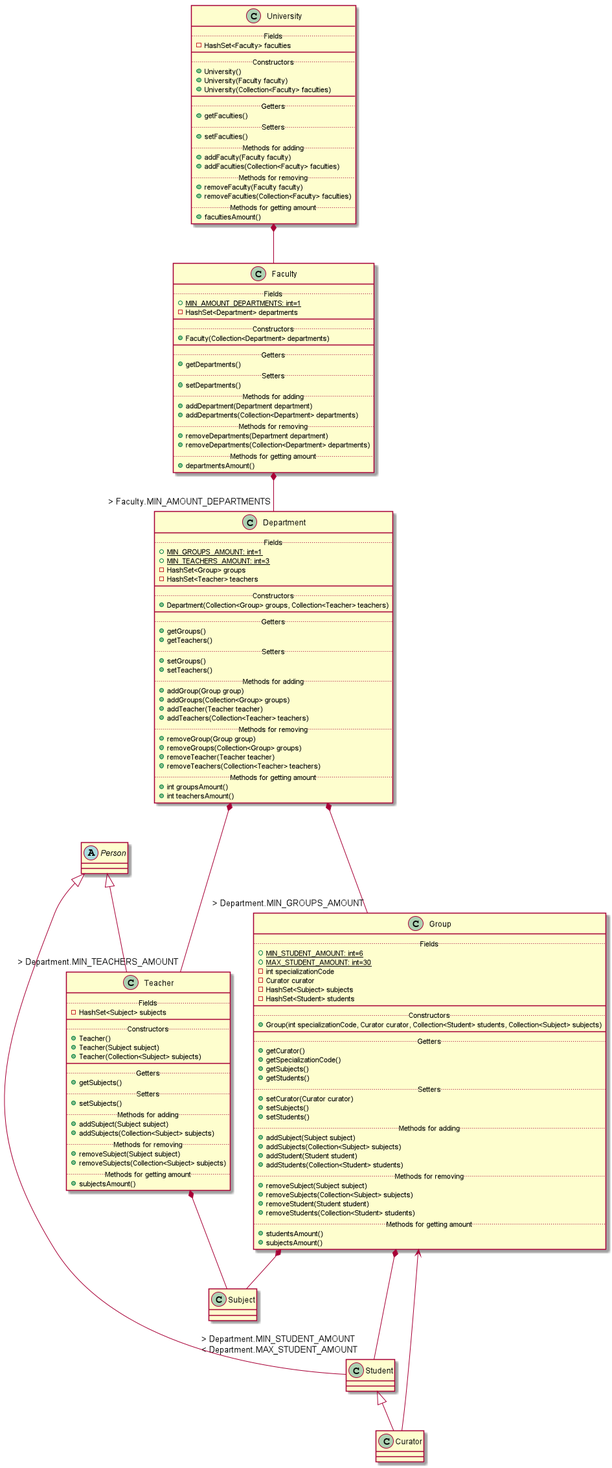
Above: subjectArea.png in RomenKost2332Java/Task3 (PlantUML), before the change.
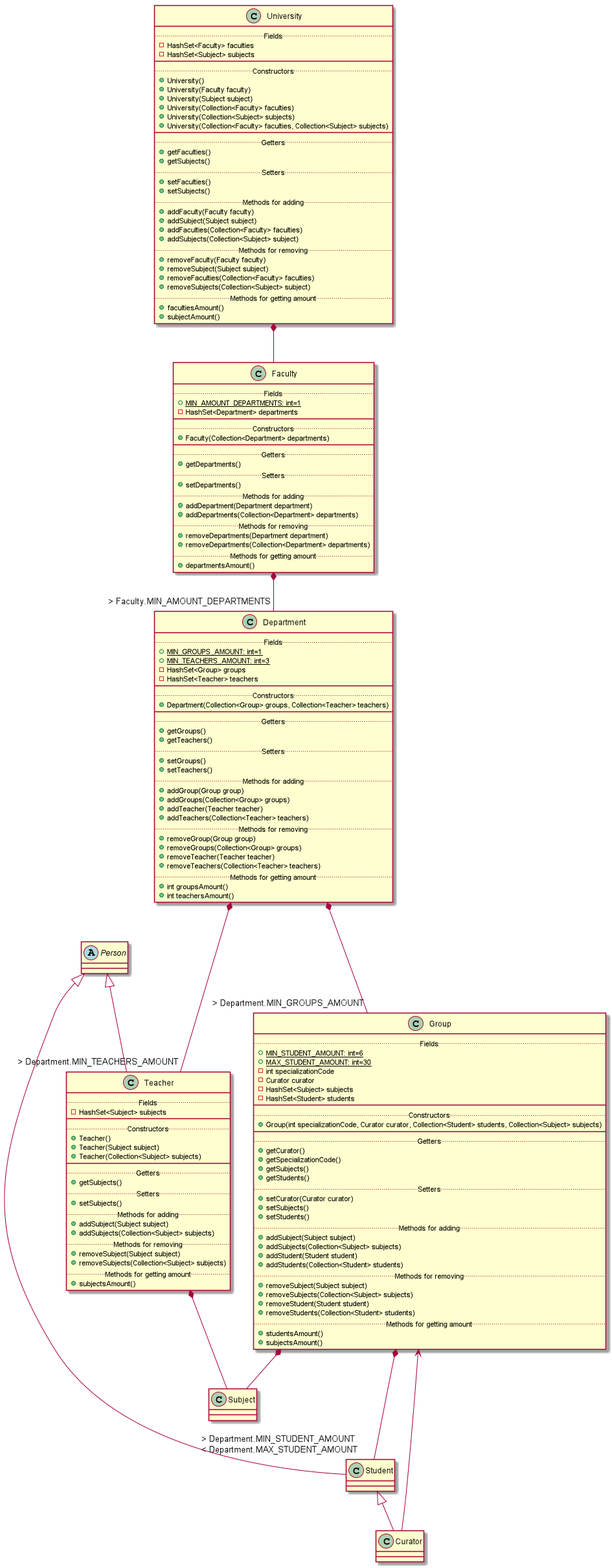
The same file after the commit.

Commit message:
Added subjects field and methods in the class University.

Change to the diagram source:
```diff
@@ -2,24 +2,35 @@
 class University {
 .. Fields ..
 -HashSet<Faculty> faculties
+-HashSet<Subject> subjects
 ____
 .. Constructors ..
 +University()
 +University(Faculty faculty)
++University(Subject subject)
 +University(Collection<Faculty> faculties)
++University(Collection<Subject> subjects)
++University(Collection<Faculty> faculties, Collection<Subject> subjects)
 ____
 .. Getters ..
 +getFaculties()
++getSubjects()
 .. Setters ..
 +setFaculties()
++setSubjects()
 .. Methods for adding ..
 +addFaculty(Faculty faculty)
++addSubject(Subject subject)
 +addFaculties(Collection<Faculty> faculties)
++addSubjects(Collection<Subject> subject)
 .. Methods for removing ..
 +removeFaculty(Faculty faculty)
++removeSubject(Subject subject)
 +removeFaculties(Collection<Faculty> faculties)
++removeSubjects(Collection<Subject> subject)
 .. Methods for getting amount ..
 +facultiesAmount()
++subjectAmount()
 }
 
 class Faculty{
```
